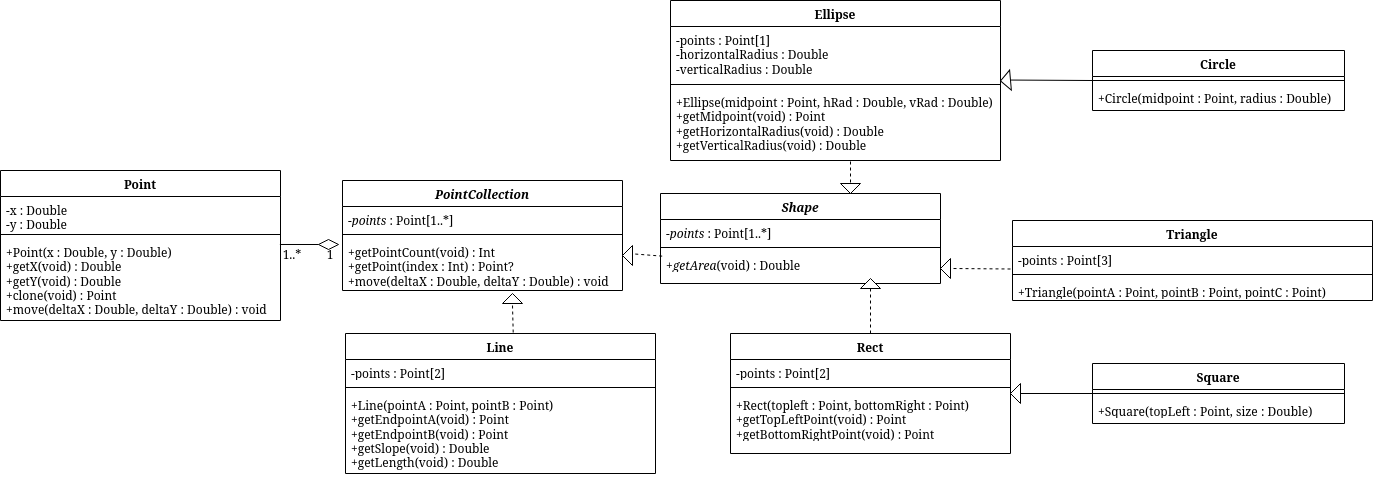
The draw.io diagram UML.png in BrodySteidley/cs5700.1, before a commit. Source tidied: cells renumbered, new cells last; positions are measured from the earlier drawing's top-left corner, leaving out a move shared by most shapes.
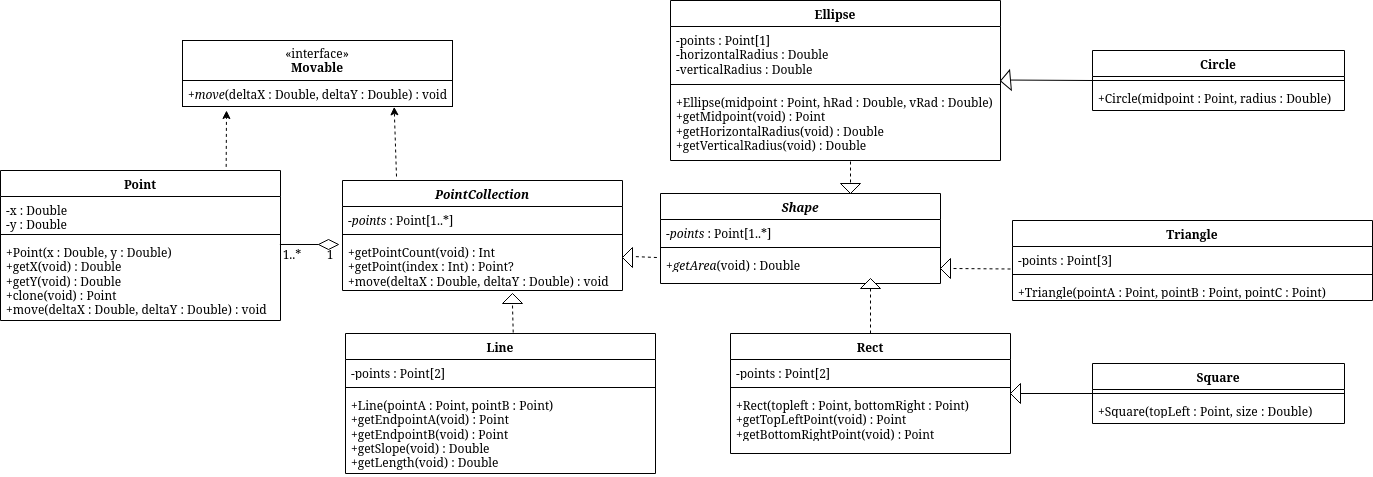
The same diagram one commit later.

Commit message:
Added Movable Interface

Change to the diagram source:
```diff
@@ -79,12 +79,11 @@
     <mxCell id="26" style="line;strokeWidth=1;fillColor=none;align=left;verticalAlign=middle;spacingTop=-1;spacingLeft=3;spacingRight=3;labelPosition=right;strokeColor=inherit;" parent="24" vertex="1">
       <mxGeometry y="50" width="280" height="8" as="geometry" />
     </mxCell>
-    <mxCell id="27" style="endArrow=none;dashed=1;html=1;rounded=0;exitX=0.006;exitY=0.12;exitDx=0;exitDy=0;entryX=0;entryY=0.5;entryDx=0;entryDy=0;exitPerimeter=0;" parent="24" edge="1">
-      <mxGeometry relative="1" as="geometry">
-        <mxPoint x="1.7" y="62.6" as="sourcePoint" />
-        <mxPoint x="-28" y="60.3" as="targetPoint" />
-      </mxGeometry>
-    </mxCell>
+    <mxCell id="54" style="endArrow=none;dashed=1;html=1;rounded=0;exitX=-0.013;exitY=0.188;exitDx=0;exitDy=0;entryX=0;entryY=0.5;entryDx=0;entryDy=0;exitPerimeter=0;" parent="24" edge="1" source="28">
+      <mxGeometry relative="1" as="geometry">
+        <mxPoint x="-28" y="63" as="targetPoint" />
+      </mxGeometry>
+    </mxCell>
     <mxCell id="28" value="&lt;div&gt;+&lt;i&gt;getArea&lt;/i&gt;(void) : Double&lt;/div&gt;" style="text;strokeColor=none;fillColor=none;align=left;verticalAlign=top;spacingLeft=4;spacingRight=4;overflow=hidden;points=[[0,0.5],[1,0.5]];portConstraint=eastwest;whiteSpace=wrap;html=1;" parent="24" vertex="1">
       <mxGeometry y="58" width="280" height="32" as="geometry" />
     </mxCell>
@@ -162,12 +161,28 @@
       <mxGeometry x="502" y="293" width="20" height="10" as="geometry" />
     </mxCell>
     <mxCell id="52" style="triangle;whiteSpace=wrap;html=1;direction=west;" parent="1" vertex="1">
-      <mxGeometry x="622" y="245" width="10" height="20" as="geometry" />
+      <mxGeometry x="622" y="247" width="10" height="20" as="geometry" />
     </mxCell>
     <mxCell id="53" style="endArrow=none;dashed=1;html=1;rounded=0;entryX=0;entryY=0.5;entryDx=0;entryDy=0;exitX=0.541;exitY=-0.007;exitDx=0;exitDy=0;exitPerimeter=0;" parent="1" edge="1" source="6">
       <mxGeometry relative="1" as="geometry">
         <mxPoint x="512" y="305" as="targetPoint" />
       </mxGeometry>
     </mxCell>
+    <mxCell id="55" value="&lt;div&gt;«interface»&lt;b&gt;&lt;br&gt;&lt;/b&gt;&lt;/div&gt;&lt;div&gt;&lt;b&gt;Movable&lt;/b&gt;&lt;/div&gt;" style="html=1;whiteSpace=wrap;" parent="1" vertex="1">
+      <mxGeometry x="182" y="40" width="270" height="40" as="geometry" />
+    </mxCell>
+    <mxCell id="56" value="&lt;div&gt;+&lt;i&gt;move&lt;/i&gt;(deltaX : Double, deltaY : Double) : void&lt;/div&gt;&lt;div&gt;&lt;br&gt;&lt;/div&gt;" style="text;strokeColor=black;fillColor=none;align=left;verticalAlign=top;spacingLeft=4;spacingRight=4;overflow=hidden;points=[[0,0.5],[1,0.5]];portConstraint=eastwest;whiteSpace=wrap;html=1;" parent="1" vertex="1">
+      <mxGeometry x="182" y="80" width="270" height="26" as="geometry" />
+    </mxCell>
+    <mxCell id="57" style="html=1;labelBackgroundColor=#ffffff;startArrow=none;startFill=0;startSize=6;endArrow=classic;endFill=1;endSize=6;jettySize=auto;strokeWidth=1;dashed=1;fontSize=14;rounded=0;exitX=0.806;exitY=-0.024;exitDx=0;exitDy=0;exitPerimeter=0;" parent="1" edge="1" source="2">
+      <mxGeometry relative="1" as="geometry">
+        <mxPoint x="226" y="110" as="targetPoint" />
+      </mxGeometry>
+    </mxCell>
+    <mxCell id="58" style="html=1;labelBackgroundColor=#ffffff;startArrow=none;startFill=0;startSize=6;endArrow=classic;endFill=1;endSize=6;jettySize=auto;strokeWidth=1;dashed=1;fontSize=14;rounded=0;exitX=0.806;exitY=-0.024;exitDx=0;exitDy=0;exitPerimeter=0;entryX=0.784;entryY=1.013;entryDx=0;entryDy=0;entryPerimeter=0;" parent="1" edge="1" target="56">
+      <mxGeometry relative="1" as="geometry">
+        <mxPoint x="396" y="176" as="sourcePoint" />
+      </mxGeometry>
+    </mxCell>
   </root>
 </mxGraphModel>
```
